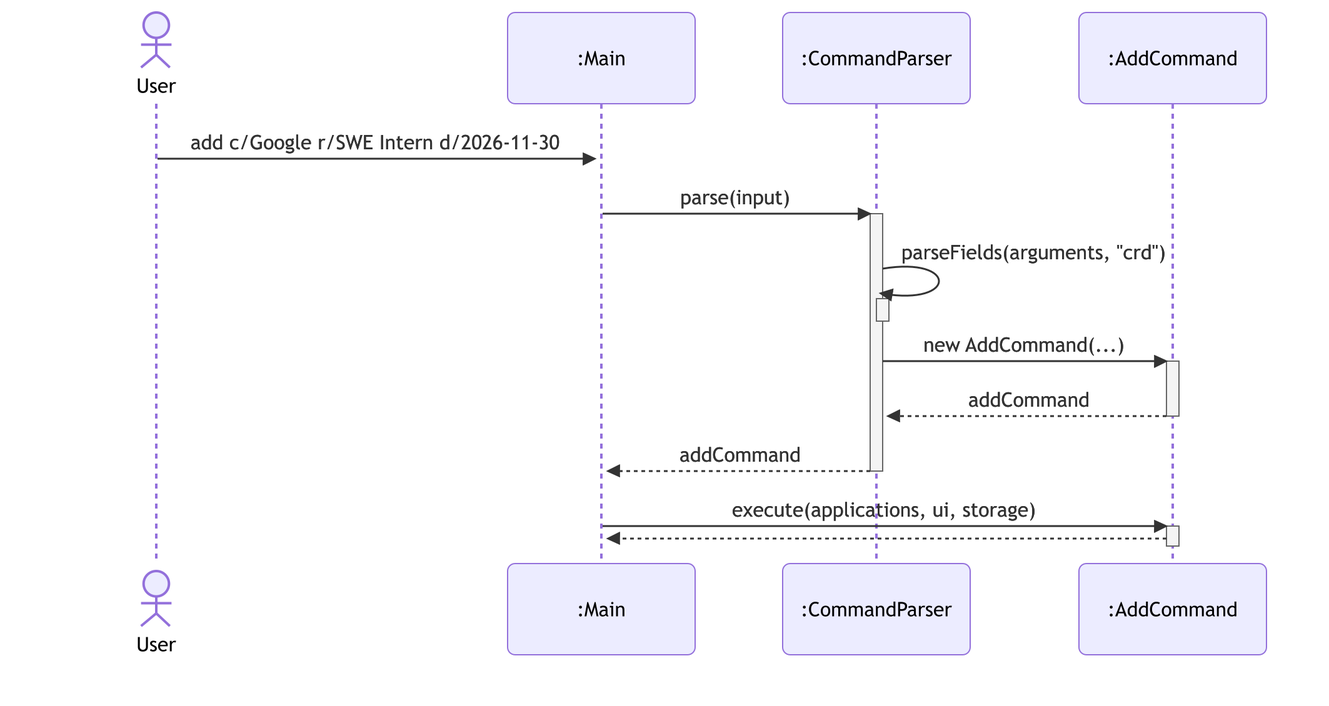
This is docs/diagrams/typed-command-sequence.png from AY2627S1-CS2113-T10-2/tp, a Mermaid export, as it was before one commit. Its source is kept beside it as docs/diagrams/sources/typed-command-sequence.mmd.
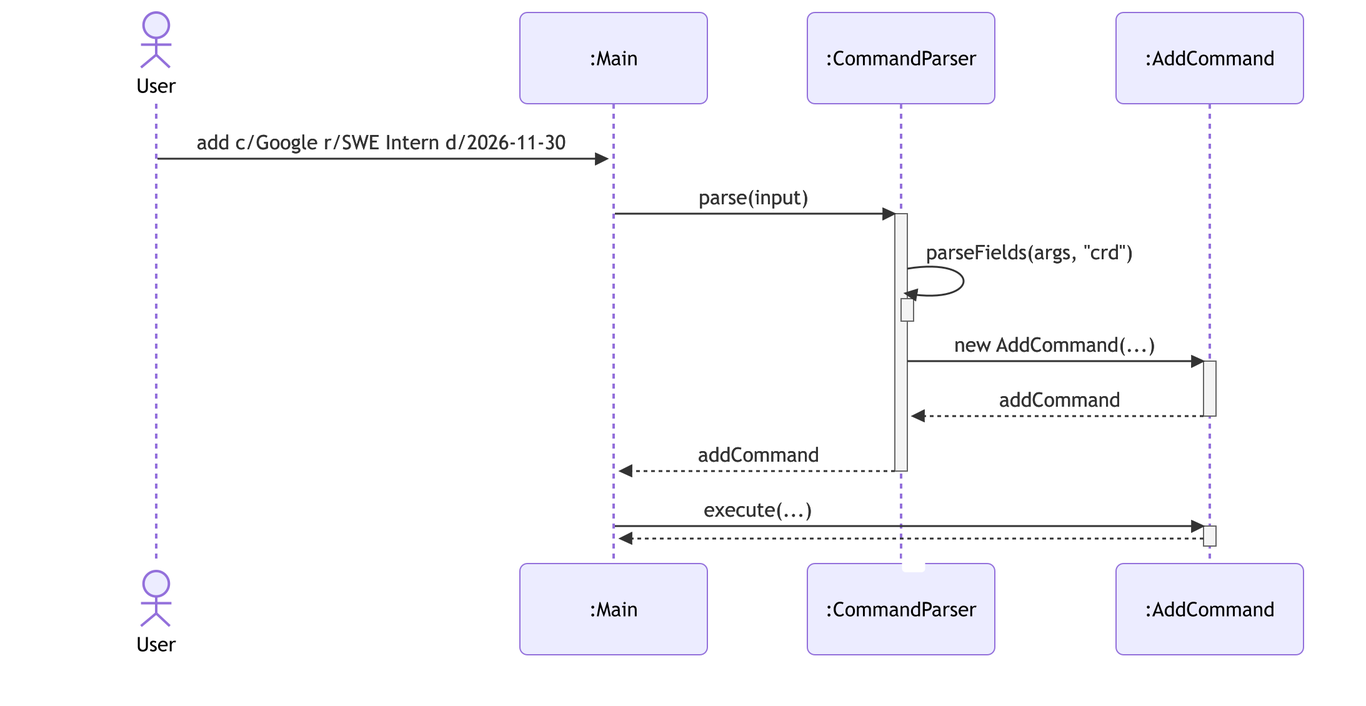
Above is the later version.

Diff of the diagram source:
```diff
@@ -1,4 +1,5 @@
-%%{init: {'theme': 'default', 'sequence': {'actorMargin': 70, 'messageMargin': 45}}}%%
+%%{init: {'theme': 'default', 'sequence': {'actorMargin': 85, 'messageMargin': 45}}}%%
+%%{init: {'theme': 'default', 'sequence': {'actorMargin': 80, 'messageMargin': 45}}}%%
 sequenceDiagram
     actor user as User
     participant main as :Main
@@ -8,7 +9,7 @@
     user->>main: add c/Google r/SWE Intern d/2026-11-30
     main->>parser: parse(input)
     activate parser
-    parser->>parser: parseFields(arguments, "crd")
+    parser->>parser: parseFields(args, "crd")
     activate parser
     deactivate parser
     parser->>cmd: new AddCommand(...)
@@ -17,7 +18,7 @@
     deactivate cmd
     parser-->>main: addCommand
     deactivate parser
-    main->>cmd: execute(applications, ui, storage)
+    main->>cmd: execute(...)
     activate cmd
     cmd-->>main:
     deactivate cmd
```
